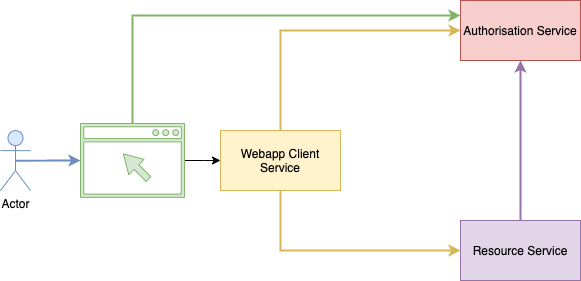
Earlier version of the draw.io export misc/img/diagram.png (marcosolina/springboot_and_oauth2). Source tidied: cells renumbered, new cells last; positions are measured from the earlier drawing's top-left corner, leaving out a move shared by most shapes.
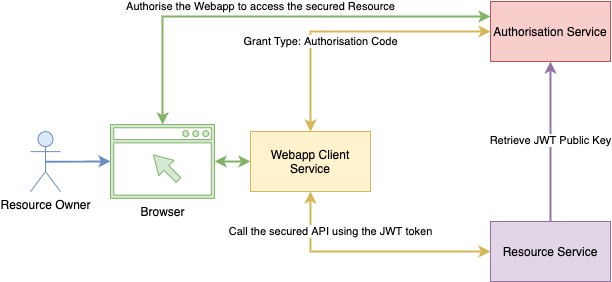
The same file after the commit.

Diff of the diagram source:
```diff
@@ -2,12 +2,22 @@
   <root>
     <mxCell id="0" />
     <mxCell id="1" parent="0" />
-    <mxCell id="2" style="edgeStyle=orthogonalEdgeStyle;rounded=0;jettySize=auto;html=1;exitX=0.5;exitY=0;exitDx=0;exitDy=0;entryX=0;entryY=0.5;entryDx=0;entryDy=0;fillColor=#fff2cc;strokeColor=#d6b656;strokeWidth=2;" parent="1" edge="1" source="4" target="5">
+    <mxCell id="2" style="edgeStyle=orthogonalEdgeStyle;rounded=0;jettySize=auto;html=1;exitX=0.5;exitY=0;exitDx=0;exitDy=0;entryX=0;entryY=0.5;entryDx=0;entryDy=0;fillColor=#fff2cc;strokeColor=#d6b656;strokeWidth=2;startArrow=classic;startFill=1;" parent="1" edge="1" source="4" target="5">
       <mxGeometry relative="1" as="geometry" />
     </mxCell>
+    <mxCell id="13" value="Grant Type: Authorisation Code" style="edgeLabel;html=1;align=center;verticalAlign=middle;" parent="2" vertex="1">
+      <mxGeometry x="0.25" y="-3" relative="1" as="geometry">
+        <mxPoint x="-65" y="7" as="offset" />
+      </mxGeometry>
+    </mxCell>
-    <mxCell id="3" style="edgeStyle=orthogonalEdgeStyle;rounded=0;jettySize=auto;html=1;exitX=0.5;exitY=1;exitDx=0;exitDy=0;entryX=0;entryY=0.5;entryDx=0;entryDy=0;fillColor=#fff2cc;strokeColor=#d6b656;strokeWidth=2;" parent="1" edge="1" source="4" target="7">
+    <mxCell id="3" style="edgeStyle=orthogonalEdgeStyle;rounded=0;jettySize=auto;html=1;exitX=0.5;exitY=1;exitDx=0;exitDy=0;entryX=0;entryY=0.5;entryDx=0;entryDy=0;fillColor=#fff2cc;strokeColor=#d6b656;strokeWidth=2;startArrow=classic;startFill=1;" parent="1" edge="1" source="4" target="7">
       <mxGeometry relative="1" as="geometry" />
     </mxCell>
+    <mxCell id="14" value="Call the secured API using the JWT token" style="edgeLabel;html=1;align=center;verticalAlign=middle;" parent="3" vertex="1">
+      <mxGeometry y="-1" relative="1" as="geometry">
+        <mxPoint x="-40" y="-21" as="offset" />
+      </mxGeometry>
+    </mxCell>
     <mxCell id="4" value="Webapp Client Service" style="rounded=0;whiteSpace=wrap;html=1;fillColor=#fff2cc;strokeColor=#d6b656;" parent="1" vertex="1">
       <mxGeometry x="220" y="130" width="120" height="60" as="geometry" />
     </mxCell>
@@ -17,26 +27,34 @@
     <mxCell id="6" style="edgeStyle=orthogonalEdgeStyle;rounded=0;jettySize=auto;html=1;exitX=0.5;exitY=0;exitDx=0;exitDy=0;entryX=0.5;entryY=1;entryDx=0;entryDy=0;fillColor=#e1d5e7;strokeColor=#9673a6;strokeWidth=2;" parent="1" edge="1" source="7" target="5">
       <mxGeometry relative="1" as="geometry" />
     </mxCell>
+    <mxCell id="15" value="Retrieve JWT Public Key" style="edgeLabel;html=1;align=center;verticalAlign=middle;" parent="6" vertex="1">
+      <mxGeometry x="0.02" relative="1" as="geometry" />
+    </mxCell>
     <mxCell id="7" value="Resource Service" style="rounded=0;whiteSpace=wrap;html=1;fillColor=#e1d5e7;strokeColor=#9673a6;" parent="1" vertex="1">
       <mxGeometry x="460" y="220" width="120" height="60" as="geometry" />
     </mxCell>
     <mxCell id="8" style="edgeStyle=orthogonalEdgeStyle;rounded=0;jettySize=auto;html=1;exitX=0.5;exitY=0.5;exitDx=0;exitDy=0;exitPerimeter=0;fillColor=#dae8fc;strokeColor=#6c8ebf;strokeWidth=2;" parent="1" edge="1" source="9" target="12">
       <mxGeometry relative="1" as="geometry" />
     </mxCell>
-    <mxCell id="9" value="Actor" style="shape=umlActor;verticalLabelPosition=bottom;labelBackgroundColor=#ffffff;verticalAlign=top;html=1;outlineConnect=0;fillColor=#dae8fc;strokeColor=#6c8ebf;" parent="1" vertex="1">
+    <mxCell id="9" value="Resource Owner" style="shape=umlActor;verticalLabelPosition=bottom;labelBackgroundColor=#ffffff;verticalAlign=top;html=1;outlineConnect=0;fillColor=#dae8fc;strokeColor=#6c8ebf;" parent="1" vertex="1">
       <mxGeometry y="130.1" width="30" height="60" as="geometry" />
     </mxCell>
-    <mxCell id="10" style="edgeStyle=orthogonalEdgeStyle;rounded=0;jettySize=auto;html=1;entryX=0;entryY=0.5;entryDx=0;entryDy=0;" parent="1" edge="1" source="12" target="4">
+    <mxCell id="10" style="edgeStyle=orthogonalEdgeStyle;rounded=0;jettySize=auto;html=1;entryX=0;entryY=0.5;entryDx=0;entryDy=0;fillColor=#d5e8d4;strokeColor=#82b366;strokeWidth=2;startArrow=classic;startFill=1;" parent="1" edge="1" source="12" target="4">
       <mxGeometry relative="1" as="geometry" />
     </mxCell>
-    <mxCell id="11" style="edgeStyle=orthogonalEdgeStyle;rounded=0;jettySize=auto;html=1;entryX=0;entryY=0.25;entryDx=0;entryDy=0;strokeWidth=2;fillColor=#d5e8d4;strokeColor=#82b366;" parent="1" edge="1" source="12" target="5">
+    <mxCell id="11" style="edgeStyle=orthogonalEdgeStyle;rounded=0;jettySize=auto;html=1;entryX=0;entryY=0.25;entryDx=0;entryDy=0;strokeWidth=2;fillColor=#d5e8d4;strokeColor=#82b366;endArrow=classic;endFill=1;jumpStyle=arc;startArrow=classic;startFill=1;" parent="1" edge="1" source="12" target="5">
       <mxGeometry relative="1" as="geometry">
         <Array as="points">
           <mxPoint x="132" y="15" />
         </Array>
       </mxGeometry>
     </mxCell>
+    <mxCell id="16" value="Authorise the Webapp to access the secured Resource" style="edgeLabel;html=1;align=center;verticalAlign=middle;" parent="11" vertex="1">
+      <mxGeometry x="-0.5" y="-57" relative="1" as="geometry">
+        <mxPoint x="97.6" y="-67" as="offset" />
+      </mxGeometry>
+    </mxCell>
-    <mxCell id="12" style="shadow=0;dashed=0;html=1;strokeColor=#82b366;fillColor=#d5e8d4;labelPosition=center;verticalLabelPosition=bottom;verticalAlign=top;align=center;outlineConnect=0;shape=mxgraph.vvd.web_browser;" parent="1" vertex="1">
+    <mxCell id="12" value="Browser" style="shadow=0;dashed=0;html=1;strokeColor=#82b366;fillColor=#d5e8d4;labelPosition=center;verticalLabelPosition=bottom;verticalAlign=top;align=center;outlineConnect=0;shape=mxgraph.vvd.web_browser;" parent="1" vertex="1">
       <mxGeometry x="80" y="123" width="104" height="73.9" as="geometry" />
     </mxCell>
   </root>
```
